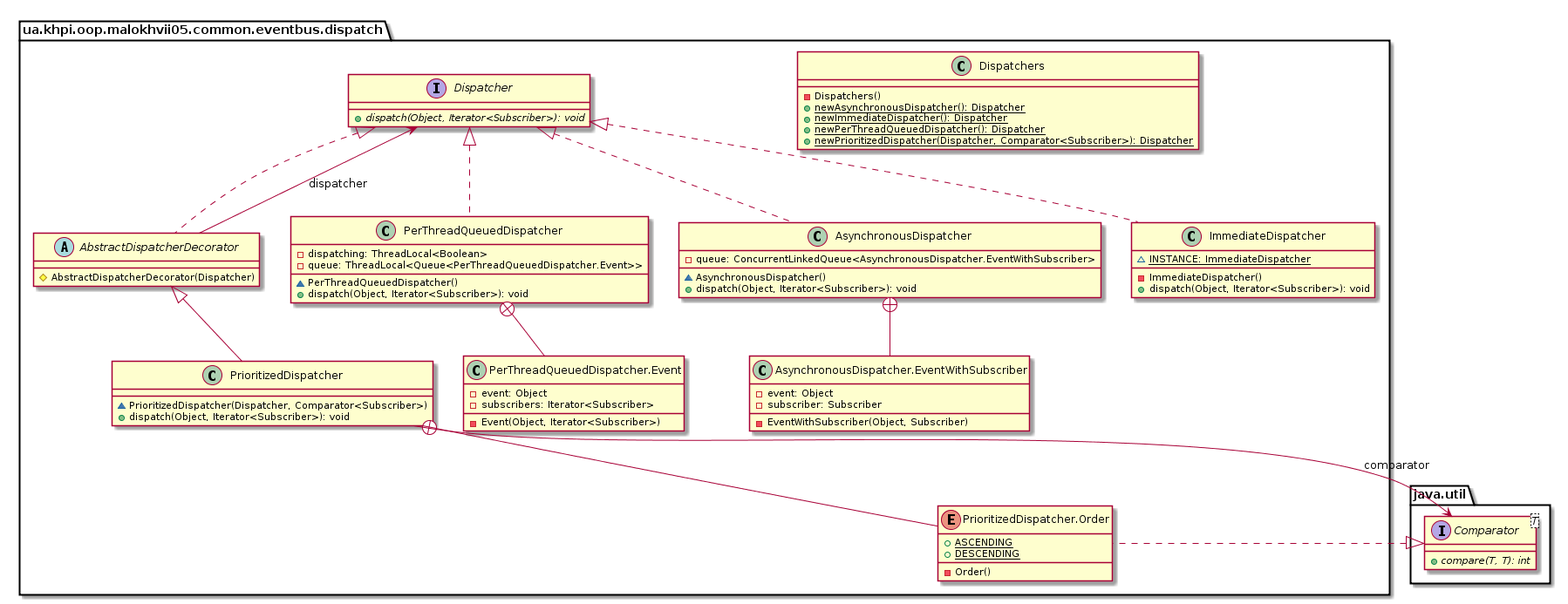
Above: malokhvii-eduard/malokhvii05/doc/plantuml/png/ua.khpi.oop.malokhvii05.common.eventbus.dispatch.package.png in P-Kalin/kit26a (PlantUML), before the change. Source of this version:
```plantuml
@startuml

    namespace ua.khpi.oop.malokhvii05.common.eventbus.dispatch {

        class PerThreadQueuedDispatcher {
            -dispatching: ThreadLocal<Boolean>
            -queue: ThreadLocal<Queue<PerThreadQueuedDispatcher.Event>>
            ~PerThreadQueuedDispatcher()
            +dispatch(Object, Iterator<Subscriber>): void
        }

        class ua.khpi.oop.malokhvii05.common.eventbus.dispatch.PerThreadQueuedDispatcher.Event {
            -event: Object
            -subscribers: Iterator<Subscriber>
            -Event(Object, Iterator<Subscriber>)
        }

        abstract class AbstractDispatcherDecorator {
            #AbstractDispatcherDecorator(Dispatcher)
        }

        class AsynchronousDispatcher {
            -queue: ConcurrentLinkedQueue<AsynchronousDispatcher.EventWithSubscriber>
            ~AsynchronousDispatcher()
            +dispatch(Object, Iterator<Subscriber>): void
        }

        class ua.khpi.oop.malokhvii05.common.eventbus.dispatch.AsynchronousDispatcher.EventWithSubscriber {
            -event: Object
            -subscriber: Subscriber
            -EventWithSubscriber(Object, Subscriber)
        }

        class PrioritizedDispatcher {
            ~PrioritizedDispatcher(Dispatcher, Comparator<Subscriber>)
            +dispatch(Object, Iterator<Subscriber>): void
        }

        enum ua.khpi.oop.malokhvii05.common.eventbus.dispatch.PrioritizedDispatcher.Order {
            {static} +ASCENDING
            {static} +DESCENDING
            -Order()
        }

        class Dispatchers {
            -Dispatchers()
            {static} +newAsynchronousDispatcher(): Dispatcher
            {static} +newImmediateDispatcher(): Dispatcher
            {static} +newPerThreadQueuedDispatcher(): Dispatcher
            {static} +newPrioritizedDispatcher(Dispatcher, Comparator<Subscriber>): Dispatcher
        }

        interface Dispatcher {
            {abstract} +dispatch(Object, Iterator<Subscriber>): void
        }

        class ImmediateDispatcher {
            {static} ~INSTANCE: ImmediateDispatcher
            -ImmediateDispatcher()
            +dispatch(Object, Iterator<Subscriber>): void
        }

        Dispatcher <|.. PerThreadQueuedDispatcher

        PerThreadQueuedDispatcher +-- ua.khpi.oop.malokhvii05.common.eventbus.dispatch.PerThreadQueuedDispatcher.Event

        Dispatcher <|.. AbstractDispatcherDecorator

        Dispatcher <|.. AsynchronousDispatcher

        AsynchronousDispatcher +-- ua.khpi.oop.malokhvii05.common.eventbus.dispatch.AsynchronousDispatcher.EventWithSubscriber

        AbstractDispatcherDecorator <|-- PrioritizedDispatcher

        interface java.util.Comparator<T> {
            {abstract} +compare(T, T): int
        }
        java.util.Comparator <|.. ua.khpi.oop.malokhvii05.common.eventbus.dispatch.PrioritizedDispatcher.Order

        PrioritizedDispatcher +-- ua.khpi.oop.malokhvii05.common.eventbus.dispatch.PrioritizedDispatcher.Order

        Dispatcher <|.. ImmediateDispatcher

        AbstractDispatcherDecorator --> Dispatcher: dispatcher

        PrioritizedDispatcher --> java.util.Comparator: comparator

    }

@enduml
```
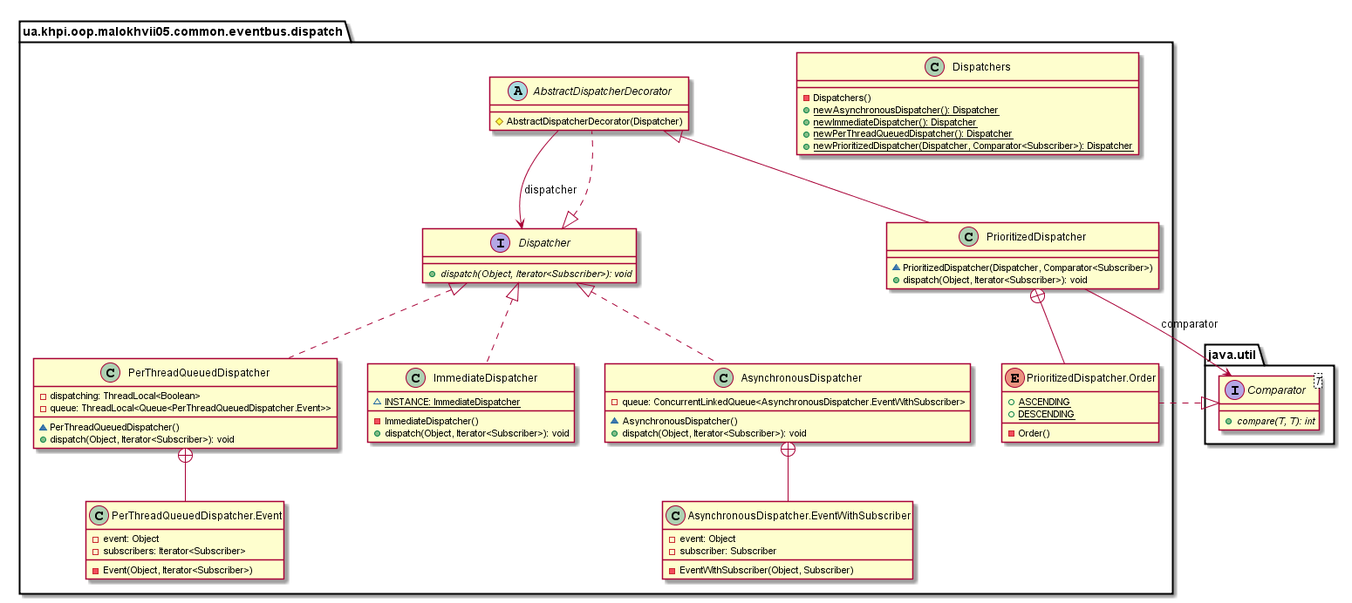
Above is the later version.

Change to the diagram source:
```diff
@@ -1,6 +1,17 @@
 @startuml
 
     namespace ua.khpi.oop.malokhvii05.common.eventbus.dispatch {
+
+        class PrioritizedDispatcher {
+            ~PrioritizedDispatcher(Dispatcher, Comparator<Subscriber>)
+            +dispatch(Object, Iterator<Subscriber>): void
+        }
+
+        enum ua.khpi.oop.malokhvii05.common.eventbus.dispatch.PrioritizedDispatcher.Order {
+            {static} +ASCENDING
+            {static} +DESCENDING
+            -Order()
+        }
 
         class PerThreadQueuedDispatcher {
             -dispatching: ThreadLocal<Boolean>
@@ -15,8 +26,22 @@
             -Event(Object, Iterator<Subscriber>)
         }
 
-        abstract class AbstractDispatcherDecorator {
-            #AbstractDispatcherDecorator(Dispatcher)
+        class ImmediateDispatcher {
+            {static} ~INSTANCE: ImmediateDispatcher
+            -ImmediateDispatcher()
+            +dispatch(Object, Iterator<Subscriber>): void
+        }
+
+        class Dispatchers {
+            -Dispatchers()
+            {static} +newAsynchronousDispatcher(): Dispatcher
+            {static} +newImmediateDispatcher(): Dispatcher
+            {static} +newPerThreadQueuedDispatcher(): Dispatcher
+            {static} +newPrioritizedDispatcher(Dispatcher, Comparator<Subscriber>): Dispatcher
+        }
+
+        interface Dispatcher {
+            {abstract} +dispatch(Object, Iterator<Subscriber>): void
         }
 
         class AsynchronousDispatcher {
@@ -31,44 +56,9 @@
             -EventWithSubscriber(Object, Subscriber)
         }
 
-        class PrioritizedDispatcher {
-            ~PrioritizedDispatcher(Dispatcher, Comparator<Subscriber>)
-            +dispatch(Object, Iterator<Subscriber>): void
+        abstract class AbstractDispatcherDecorator {
+            #AbstractDispatcherDecorator(Dispatcher)
         }
-
-        enum ua.khpi.oop.malokhvii05.common.eventbus.dispatch.PrioritizedDispatcher.Order {
-            {static} +ASCENDING
-            {static} +DESCENDING
-            -Order()
-        }
-
-        class Dispatchers {
-            -Dispatchers()
-            {static} +newAsynchronousDispatcher(): Dispatcher
-            {static} +newImmediateDispatcher(): Dispatcher
-            {static} +newPerThreadQueuedDispatcher(): Dispatcher
-            {static} +newPrioritizedDispatcher(Dispatcher, Comparator<Subscriber>): Dispatcher
-        }
-
-        interface Dispatcher {
-            {abstract} +dispatch(Object, Iterator<Subscriber>): void
-        }
-
-        class ImmediateDispatcher {
-            {static} ~INSTANCE: ImmediateDispatcher
-            -ImmediateDispatcher()
-            +dispatch(Object, Iterator<Subscriber>): void
-        }
-
-        Dispatcher <|.. PerThreadQueuedDispatcher
-
-        PerThreadQueuedDispatcher +-- ua.khpi.oop.malokhvii05.common.eventbus.dispatch.PerThreadQueuedDispatcher.Event
-
-        Dispatcher <|.. AbstractDispatcherDecorator
-
-        Dispatcher <|.. AsynchronousDispatcher
-
-        AsynchronousDispatcher +-- ua.khpi.oop.malokhvii05.common.eventbus.dispatch.AsynchronousDispatcher.EventWithSubscriber
 
         AbstractDispatcherDecorator <|-- PrioritizedDispatcher
 
@@ -79,11 +69,21 @@
 
         PrioritizedDispatcher +-- ua.khpi.oop.malokhvii05.common.eventbus.dispatch.PrioritizedDispatcher.Order
 
+        Dispatcher <|.. PerThreadQueuedDispatcher
+
+        PerThreadQueuedDispatcher +-- ua.khpi.oop.malokhvii05.common.eventbus.dispatch.PerThreadQueuedDispatcher.Event
+
         Dispatcher <|.. ImmediateDispatcher
 
-        AbstractDispatcherDecorator --> Dispatcher: dispatcher
+        Dispatcher <|.. AsynchronousDispatcher
+
+        AsynchronousDispatcher +-- ua.khpi.oop.malokhvii05.common.eventbus.dispatch.AsynchronousDispatcher.EventWithSubscriber
+
+        Dispatcher <|.. AbstractDispatcherDecorator
 
         PrioritizedDispatcher --> java.util.Comparator: comparator
+
+        AbstractDispatcherDecorator --> Dispatcher: dispatcher
 
     }
 
```
